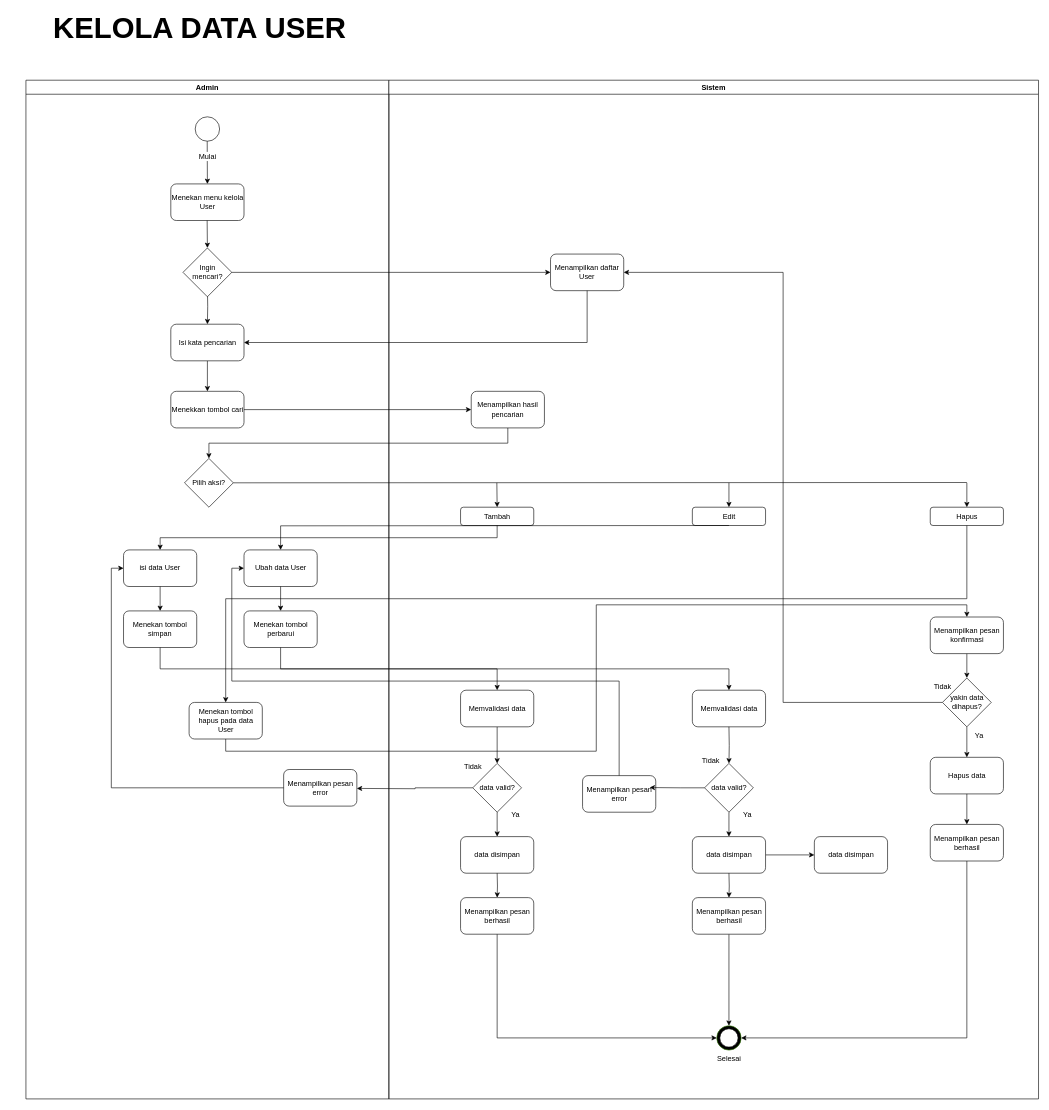
Earlier version of the draw.io diagram page "Kelola data user" (3 of 9) of Diagram Tanpa Judul.drawio (sintaannisa/Aplikasi-Peminjaman-Alat). Source tidied: cells renumbered, new cells numbered last; positions are measured from the earlier drawing's top-left corner, leaving out a move shared by most shapes. Both pictures are drawn from the tidied source at 61%, with x=0, y=0 at pixel (10, 19).
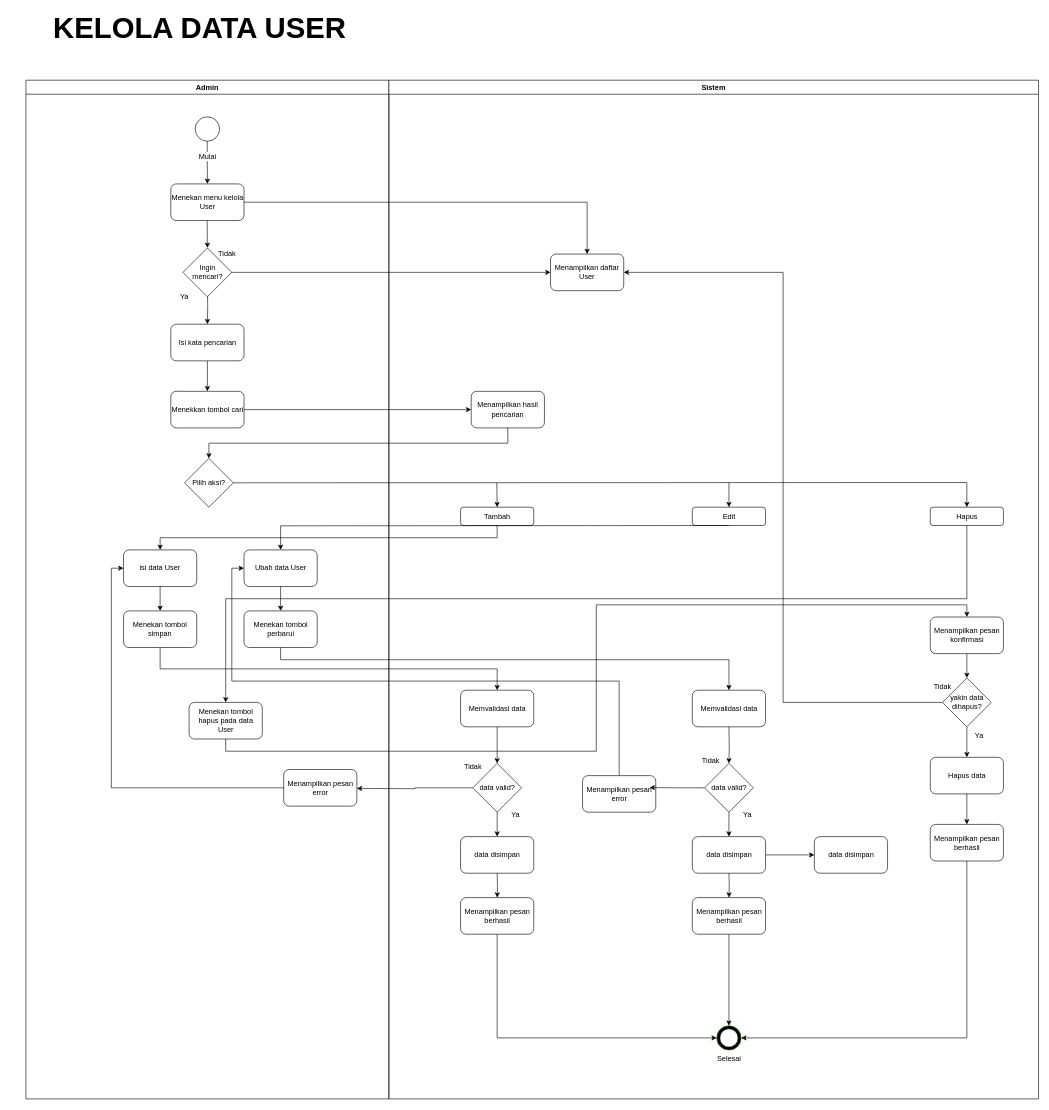
After the change.

The change refers to these unchanged cells:
```xml
<mxCell id="2" value="Admin" style="swimlane;whiteSpace=wrap;html=1;" parent="1" vertex="1">
  <mxGeometry x="25" y="100" width="595" height="1670" as="geometry" />
</mxCell>
<mxCell id="4" value="Menekan menu kelola User" style="rounded=1;whiteSpace=wrap;html=1;" parent="2" vertex="1">
  <mxGeometry x="237.5" y="170" width="120" height="60" as="geometry" />
</mxCell>
<mxCell id="9" value="Isi kata pencarian" style="rounded=1;whiteSpace=wrap;html=1;" parent="2" vertex="1">
  <mxGeometry x="237.5" y="400" width="120" height="60" as="geometry" />
</mxCell>
<mxCell id="15" value="Menekan tombol perbarui" style="rounded=1;whiteSpace=wrap;html=1;" parent="2" vertex="1">
  <mxGeometry x="357.5" y="870" width="120" height="60" as="geometry" />
</mxCell>
<mxCell id="19" value="Menampilkan daftar User" style="rounded=1;whiteSpace=wrap;html=1;" parent="18" vertex="1">
  <mxGeometry x="265" y="285" width="120" height="60" as="geometry" />
</mxCell>
<mxCell id="37" value="Memvalidasi data" style="rounded=1;whiteSpace=wrap;html=1;" parent="18" vertex="1">
  <mxGeometry x="497.5" y="1000" width="120" height="60" as="geometry" />
</mxCell>
```

Diff of the diagram source:
```diff
@@
+    <mxCell id="84" value="Ya" style="text;html=1;whiteSpace=wrap;strokeColor=none;fillColor=none;align=center;verticalAlign=middle;rounded=0;" parent="2" vertex="1">
+      <mxGeometry x="230" y="340" width="60" height="30" as="geometry" />
+    </mxCell>
+    <mxCell id="85" value="Tidak" style="text;html=1;whiteSpace=wrap;strokeColor=none;fillColor=none;align=center;verticalAlign=middle;rounded=0;" parent="2" vertex="1">
+      <mxGeometry x="300" y="270" width="60" height="30" as="geometry" />
+    </mxCell>
@@
-    <mxCell id="73" style="edgeStyle=orthogonalEdgeStyle;rounded=0;jettySize=auto;html=1;exitX=0.5;exitY=1;exitDx=0;exitDy=0;entryX=1;entryY=0.5;entryDx=0;entryDy=0;" parent="1" edge="1" source="19" target="9">
-      <mxGeometry relative="1" as="geometry" />
-    </mxCell>
@@
     <mxCell id="81" style="edgeStyle=orthogonalEdgeStyle;rounded=0;jettySize=auto;html=1;exitX=0.5;exitY=1;exitDx=0;exitDy=0;entryX=0.5;entryY=0;entryDx=0;entryDy=0;" parent="1" edge="1" source="15" target="37">
-      <mxGeometry relative="1" as="geometry" />
+      <mxGeometry relative="1" as="geometry">
+        <Array as="points">
+          <mxPoint x="442.5" y="1050" />
+          <mxPoint x="1177.5" y="1050" />
+        </Array>
+      </mxGeometry>
     </mxCell>
@@
+    <mxCell id="86" style="edgeStyle=orthogonalEdgeStyle;rounded=0;jettySize=auto;html=1;exitX=1;exitY=0.5;exitDx=0;exitDy=0;entryX=0.5;entryY=0;entryDx=0;entryDy=0;" parent="1" edge="1" source="4" target="19">
+      <mxGeometry relative="1" as="geometry" />
+    </mxCell>
```
